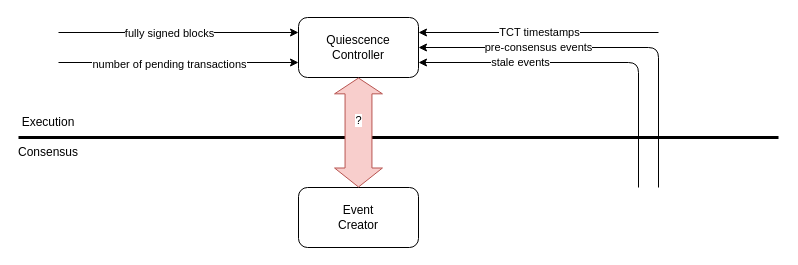
Before: platform-sdk/docs/proposals/quiescence/quiescence-status-interaction.drawio in hiero-ledger/hiero-consensus-node, a draw.io diagram. Source tidied: cells renumbered, new cells numbered last; positions are measured from the earlier drawing's top-left corner, leaving out a move shared by most shapes. Both pictures are drawn from the tidied source at 100%, with x=0, y=0 at pixel (18, 17).
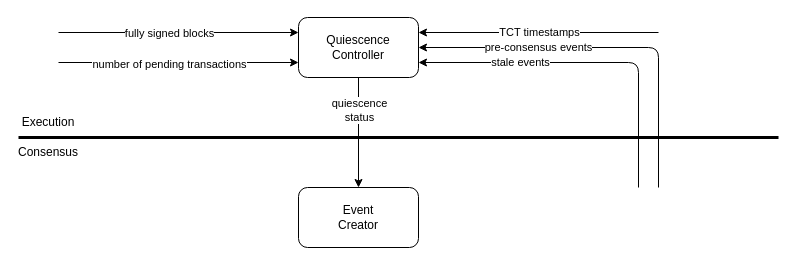
The same diagram, later.

The change refers to these unchanged cells:
```xml
<mxCell id="5" value="Quiescence&lt;br&gt;Controller" style="rounded=1;whiteSpace=wrap;html=1;" parent="1" vertex="1">
  <mxGeometry x="280" width="120" height="60" as="geometry" />
</mxCell>
<mxCell id="6" value="Event&lt;br&gt;Creator" style="rounded=1;whiteSpace=wrap;html=1;" parent="1" vertex="1">
  <mxGeometry x="280" y="170" width="120" height="60" as="geometry" />
</mxCell>
```

Diff of the diagram source:
```diff
@@
+    <mxCell id="19" style="edgeStyle=orthogonalEdgeStyle;rounded=0;jettySize=auto;html=1;exitX=0.5;exitY=1;exitDx=0;exitDy=0;entryX=0.5;entryY=0;entryDx=0;entryDy=0;" parent="1" edge="1" source="5" target="6">
+      <mxGeometry relative="1" as="geometry" />
+    </mxCell>
+    <mxCell id="20" value="quiescence&lt;br&gt;status" style="edgeLabel;html=1;align=center;verticalAlign=middle;" parent="19" vertex="1">
+      <mxGeometry x="-0.42" relative="1" as="geometry" />
+    </mxCell>
@@
-    <mxCell id="15" style="shape=flexArrow;endArrow=classic;startArrow=classic;html=1;rounded=0;entryX=0.5;entryY=1;entryDx=0;entryDy=0;exitX=0.5;exitY=0;exitDx=0;exitDy=0;width=26.896551724137932;endSize=4.944827586206896;fillColor=#f8cecc;strokeColor=#b85450;" parent="1" edge="1" source="6" target="5">
-      <mxGeometry relative="1" as="geometry" />
-    </mxCell>
-    <mxCell id="16" value="?" style="edgeLabel;html=1;align=center;verticalAlign=middle;" parent="15" vertex="1">
-      <mxGeometry x="0.23" y="1" relative="1" as="geometry" />
-    </mxCell>
```
